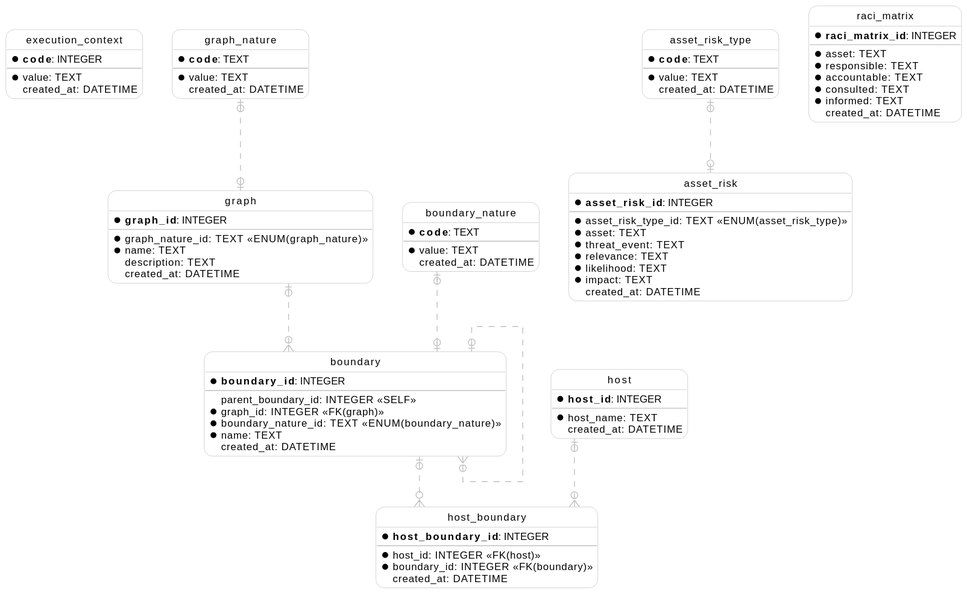
Above: support/docs/models.svg in geovlazar/core (PlantUML), before the change. Its diagram source:
```plantuml
@startuml models
  hide circle
  skinparam linetype ortho
  skinparam roundcorner 20
  skinparam class {
    BackgroundColor White
    ArrowColor Silver
    BorderColor Silver
    FontColor Black
    FontSize 12
  }

  entity "execution_context" as execution_context {
    * **code**: INTEGER
    --
    * value: TEXT
      created_at: DATETIME
  }

  entity "graph_nature" as graph_nature {
    * **code**: TEXT
    --
    * value: TEXT
      created_at: DATETIME
  }

  entity "boundary_nature" as boundary_nature {
    * **code**: TEXT
    --
    * value: TEXT
      created_at: DATETIME
  }

  entity "asset_risk_type" as asset_risk_type {
    * **code**: TEXT
    --
    * value: TEXT
      created_at: DATETIME
  }

  entity "host" as host {
    * **host_id**: INTEGER
    --
    * host_name: TEXT
      created_at: DATETIME
  }

  entity "graph" as graph {
    * **graph_id**: INTEGER
    --
    * graph_nature_id: TEXT <<ENUM(graph_nature)>>
    * name: TEXT
      description: TEXT
      created_at: DATETIME
  }

  entity "boundary" as boundary {
    * **boundary_id**: INTEGER
    --
      parent_boundary_id: INTEGER <<SELF>>
    * graph_id: INTEGER <<FK(graph)>>
    * boundary_nature_id: TEXT <<ENUM(boundary_nature)>>
    * name: TEXT
      created_at: DATETIME
  }

  entity "host_boundary" as host_boundary {
    * **host_boundary_id**: INTEGER
    --
    * host_id: INTEGER <<FK(host)>>
    * boundary_id: INTEGER <<FK(boundary)>>
      created_at: DATETIME
  }

  entity "raci_matrix" as raci_matrix {
    * **raci_matrix_id**: INTEGER
    --
    * asset: TEXT
    * responsible: TEXT
    * accountable: TEXT
    * consulted: TEXT
    * informed: TEXT
      created_at: DATETIME
  }

  entity "asset_risk" as asset_risk {
    * **asset_risk_id**: INTEGER
    --
    * asset_risk_type_id: TEXT <<ENUM(asset_risk_type)>>
    * asset: TEXT
    * threat_event: TEXT
    * relevance: TEXT
    * likelihood: TEXT
    * impact: TEXT
      created_at: DATETIME
  }

  graph_nature |o..o| graph
  boundary |o..o{ boundary
  graph |o..o{ boundary
  boundary_nature |o..o| boundary
  host |o..o{ host_boundary
  boundary |o..o{ host_boundary
  asset_risk_type |o..o| asset_risk
@enduml
```
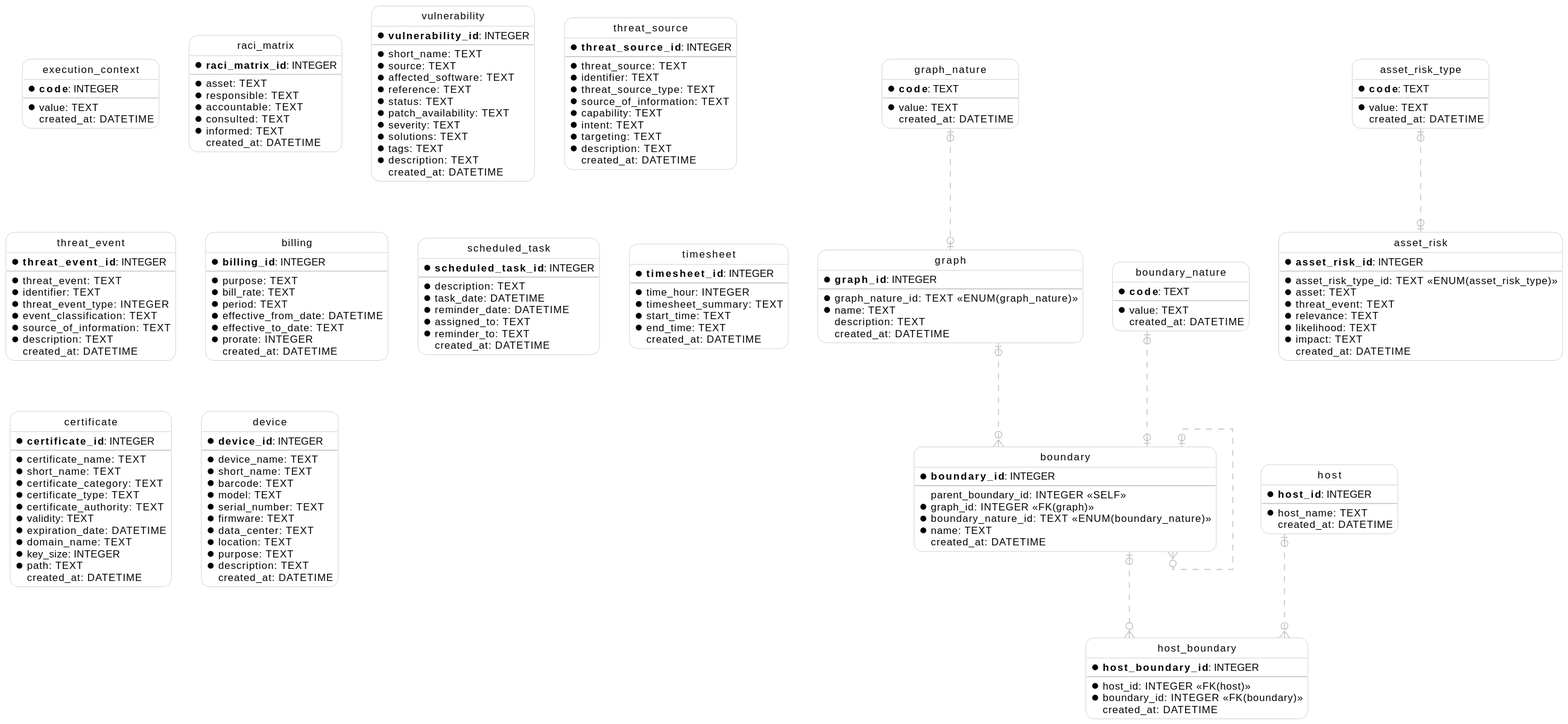
After the change.

Diff of the diagram source:
```diff
@@ -95,6 +95,113 @@
       created_at: DATETIME
   }
 
+  entity "vulnerability" as vulnerability {
+    * **vulnerability_id**: INTEGER
+    --
+    * short_name: TEXT
+    * source: TEXT
+    * affected_software: TEXT
+    * reference: TEXT
+    * status: TEXT
+    * patch_availability: TEXT
+    * severity: TEXT
+    * solutions: TEXT
+    * tags: TEXT
+    * description: TEXT
+      created_at: DATETIME
+  }
+
+  entity "threat_source" as threat_source {
+    * **threat_source_id**: INTEGER
+    --
+    * threat_source: TEXT
+    * identifier: TEXT
+    * threat_source_type: TEXT
+    * source_of_information: TEXT
+    * capability: TEXT
+    * intent: TEXT
+    * targeting: TEXT
+    * description: TEXT
+      created_at: DATETIME
+  }
+
+  entity "threat_event" as threat_event {
+    * **threat_event_id**: INTEGER
+    --
+    * threat_event: TEXT
+    * identifier: TEXT
+    * threat_event_type: INTEGER
+    * event_classification: TEXT
+    * source_of_information: TEXT
+    * description: TEXT
+      created_at: DATETIME
+  }
+
+  entity "billing" as billing {
+    * **billing_id**: INTEGER
+    --
+    * purpose: TEXT
+    * bill_rate: TEXT
+    * period: TEXT
+    * effective_from_date: DATETIME
+    * effective_to_date: TEXT
+    * prorate: INTEGER
+      created_at: DATETIME
+  }
+
+  entity "scheduled_task" as scheduled_task {
+    * **scheduled_task_id**: INTEGER
+    --
+    * description: TEXT
+    * task_date: DATETIME
+    * reminder_date: DATETIME
+    * assigned_to: TEXT
+    * reminder_to: TEXT
+      created_at: DATETIME
+  }
+
+  entity "timesheet" as timesheet {
+    * **timesheet_id**: INTEGER
+    --
+    * time_hour: INTEGER
+    * timesheet_summary: TEXT
+    * start_time: TEXT
+    * end_time: TEXT
+      created_at: DATETIME
+  }
+
+  entity "certificate" as certificate {
+    * **certificate_id**: INTEGER
+    --
+    * certificate_name: TEXT
+    * short_name: TEXT
+    * certificate_category: TEXT
+    * certificate_type: TEXT
+    * certificate_authority: TEXT
+    * validity: TEXT
+    * expiration_date: DATETIME
+    * domain_name: TEXT
+    * key_size: INTEGER
+    * path: TEXT
+      created_at: DATETIME
+  }
+
+  entity "device" as device {
+    * **device_id**: INTEGER
+    --
+    * device_name: TEXT
+    * short_name: TEXT
+    * barcode: TEXT
+    * model: TEXT
+    * serial_number: TEXT
+    * firmware: TEXT
+    * data_center: TEXT
+    * location: TEXT
+    * purpose: TEXT
+    * description: TEXT
+      created_at: DATETIME
+  }
+
   graph_nature |o..o| graph
   boundary |o..o{ boundary
   graph |o..o{ boundary
```
